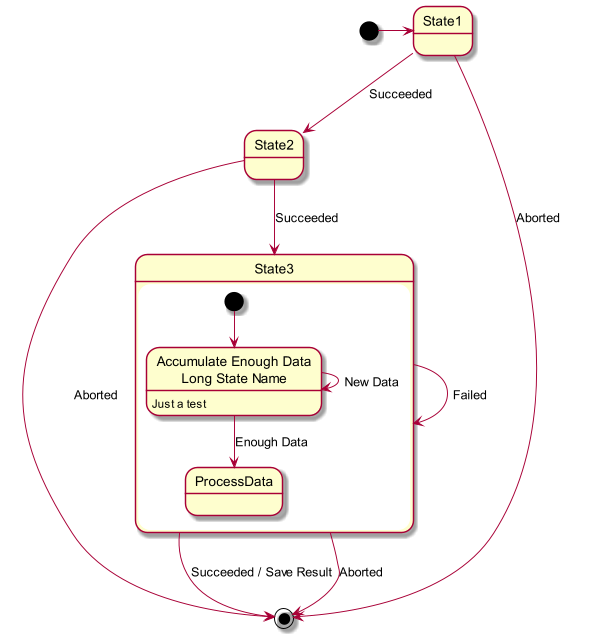
This is State Diagram/stateDiagram.png from danysdragons/PlantUML, a PlantUML export, as it was before one commit.
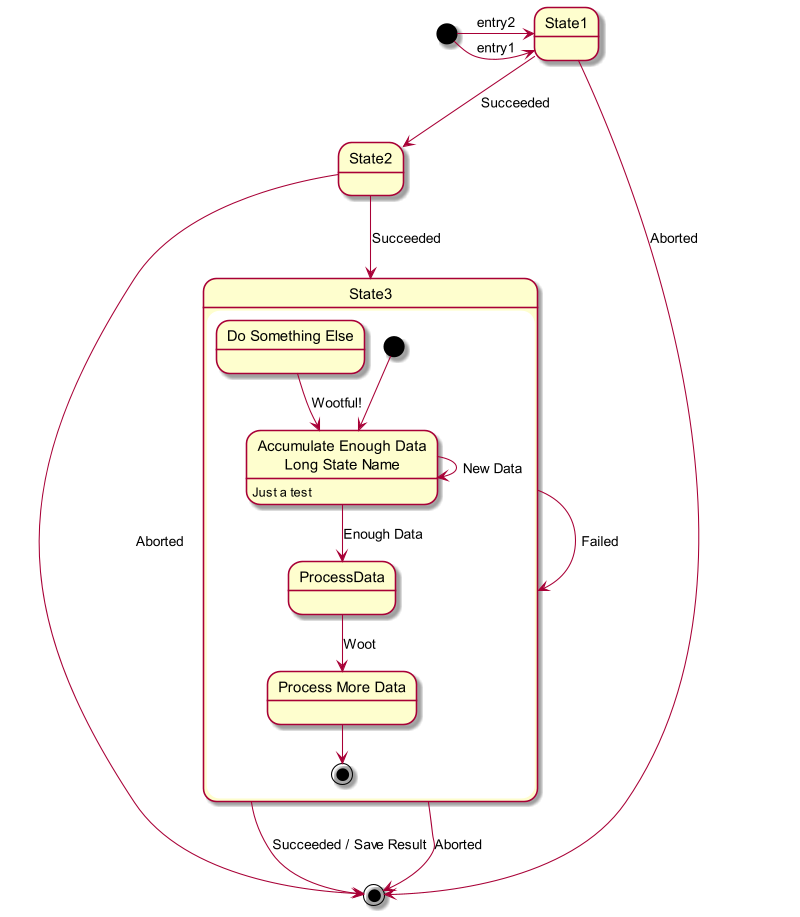
Later version of the same file.

What changed in the source:
```diff
@@ -1,17 +1,23 @@
 @startuml
-scale 600 width
+scale 800 width
 
-[*] -> State1
+[*] -> State1 : entry1
+[*] -> State1 : entry2
 State1 --> State2 : Succeeded
 State1 --> [*] : Aborted
 State2 --> State3 : Succeeded
 State2 --> [*] : Aborted
 state State3 {
+  state "Do Something Else" as doSomething
   state "Accumulate Enough Data\nLong State Name" as long1
   long1 : Just a test
   [*] --> long1
   long1 --> long1 : New Data
   long1 --> ProcessData : Enough Data
+  state "Process More Data" as ProcessData2
+  ProcessData --> ProcessData2 :  Woot
+  doSomething --> long1 : Wootful!
+  ProcessData2 --> [*]
 }
 State3 --> State3 : Failed
 State3 --> [*] : Succeeded / Save Result
```
